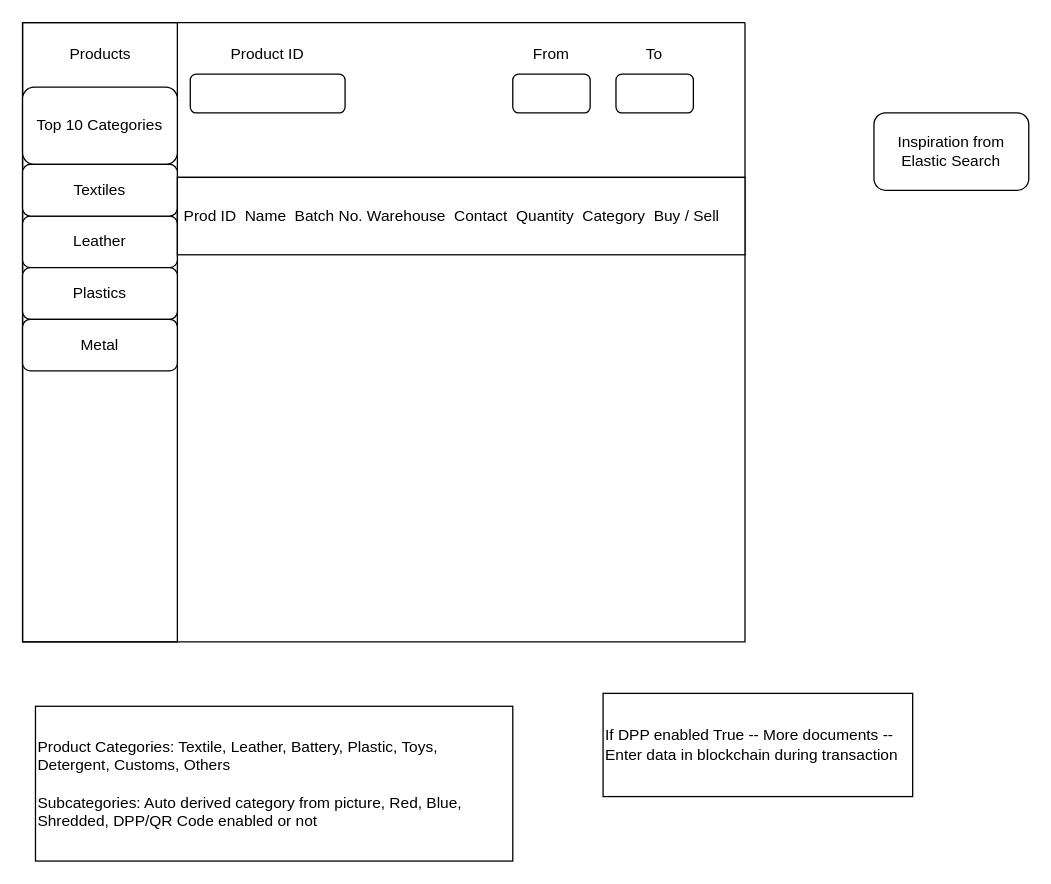
Above: dokupass.drawio in DokuPass/documents (draw.io), before the change. Source tidied: cells renumbered, new cells numbered last; positions are measured from the earlier drawing's top-left corner, leaving out a move shared by most shapes. Both pictures are drawn from the tidied source at 129%, with x=0, y=0 at pixel (22, 22).
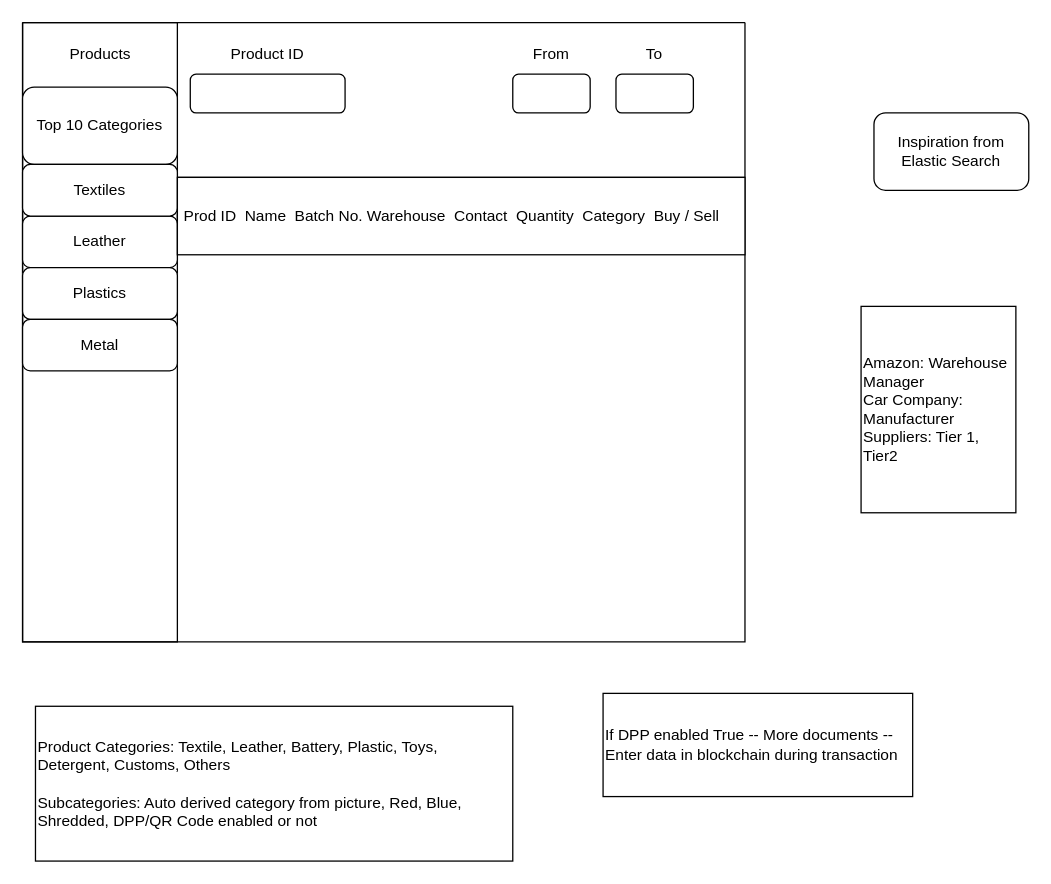
The same diagram, later.

Diff of the diagram source:
```diff
@@
+    <mxCell id="21" value="Amazon: Warehouse Manager&lt;div&gt;Car Company: Manufacturer&lt;/div&gt;&lt;div&gt;Suppliers: Tier 1, Tier2&lt;/div&gt;" style="rounded=0;whiteSpace=wrap;html=1;align=left;" parent="1" vertex="1">
+      <mxGeometry x="650" y="220" width="120" height="160" as="geometry" />
+    </mxCell>
```
